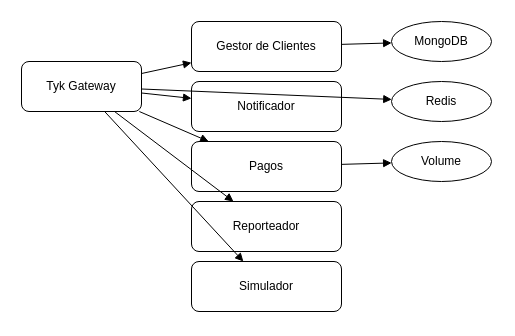
This is page "Vista de Módulos" (2 of 3) of docs/global-surance.drawio from AngelJanvier01/docker-microservicios, a draw.io file, before an edit. Source tidied: cells renumbered, new cells numbered last; positions are measured from the earlier drawing's top-left corner, leaving out a move shared by most shapes. Both pictures are drawn from the tidied source at 100%, with x=0, y=0 at pixel (21, 21).
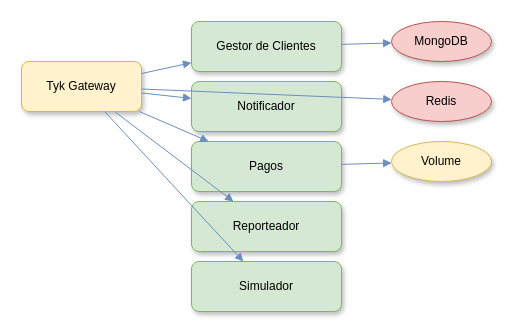
The same diagram, later.

What changed in the source:
```diff
@@
 <mxGraphModel>
   <root>
     <mxCell id="0" />
     <mxCell id="1" parent="0" />
-    <mxCell id="2" value="Tyk Gateway" style="rounded=1;whiteSpace=wrap;html=1;" parent="1" vertex="1">
+    <mxCell id="2" value="Tyk Gateway" style="rounded=1;whiteSpace=wrap;html=1;fillColor=#fff2cc;strokeColor=#d6b656;shadow=1;fontSize=12;" parent="1" vertex="1">
       <mxGeometry y="40" width="120" height="50" as="geometry" />
     </mxCell>
-    <mxCell id="3" value="Gestor de Clientes" style="rounded=1;whiteSpace=wrap;html=1;" parent="1" vertex="1">
+    <mxCell id="3" value="Gestor de Clientes" style="rounded=1;whiteSpace=wrap;html=1;fillColor=#d5e8d4;strokeColor=#82b366;shadow=1;fontSize=12;" parent="1" vertex="1">
       <mxGeometry x="170" width="150" height="50" as="geometry" />
     </mxCell>
-    <mxCell id="4" value="Notificador" style="rounded=1;whiteSpace=wrap;html=1;" parent="1" vertex="1">
+    <mxCell id="4" value="Notificador" style="rounded=1;whiteSpace=wrap;html=1;fillColor=#d5e8d4;strokeColor=#82b366;shadow=1;fontSize=12;" parent="1" vertex="1">
       <mxGeometry x="170" y="60" width="150" height="50" as="geometry" />
     </mxCell>
-    <mxCell id="5" value="Pagos" style="rounded=1;whiteSpace=wrap;html=1;" parent="1" vertex="1">
+    <mxCell id="5" value="Pagos" style="rounded=1;whiteSpace=wrap;html=1;fillColor=#d5e8d4;strokeColor=#82b366;shadow=1;fontSize=12;" parent="1" vertex="1">
       <mxGeometry x="170" y="120" width="150" height="50" as="geometry" />
     </mxCell>
-    <mxCell id="6" value="Reporteador" style="rounded=1;whiteSpace=wrap;html=1;" parent="1" vertex="1">
+    <mxCell id="6" value="Reporteador" style="rounded=1;whiteSpace=wrap;html=1;fillColor=#d5e8d4;strokeColor=#82b366;shadow=1;fontSize=12;" parent="1" vertex="1">
       <mxGeometry x="170" y="180" width="150" height="50" as="geometry" />
     </mxCell>
-    <mxCell id="7" value="Simulador" style="rounded=1;whiteSpace=wrap;html=1;" parent="1" vertex="1">
+    <mxCell id="7" value="Simulador" style="rounded=1;whiteSpace=wrap;html=1;fillColor=#d5e8d4;strokeColor=#82b366;shadow=1;fontSize=12;" parent="1" vertex="1">
       <mxGeometry x="170" y="240" width="150" height="50" as="geometry" />
     </mxCell>
-    <mxCell id="8" value="MongoDB" style="ellipse;whiteSpace=wrap;html=1;" parent="1" vertex="1">
+    <mxCell id="8" value="MongoDB" style="ellipse;whiteSpace=wrap;html=1;fillColor=#f8cecc;strokeColor=#b85450;shadow=1;fontSize=12;" parent="1" vertex="1">
       <mxGeometry x="370" width="100" height="40" as="geometry" />
     </mxCell>
-    <mxCell id="9" value="Redis" style="ellipse;whiteSpace=wrap;html=1;" parent="1" vertex="1">
+    <mxCell id="9" value="Redis" style="ellipse;whiteSpace=wrap;html=1;fillColor=#f8cecc;strokeColor=#b85450;shadow=1;fontSize=12;" parent="1" vertex="1">
       <mxGeometry x="370" y="60" width="100" height="40" as="geometry" />
     </mxCell>
-    <mxCell id="10" value="Volume" style="ellipse;whiteSpace=wrap;html=1;" parent="1" vertex="1">
+    <mxCell id="10" value="Volume" style="ellipse;whiteSpace=wrap;html=1;fillColor=#fff2cc;strokeColor=#d6b656;shadow=1;fontSize=12;" parent="1" vertex="1">
       <mxGeometry x="370" y="120" width="100" height="40" as="geometry" />
     </mxCell>
-    <mxCell id="11" style="endArrow=block;html=1;" parent="1" edge="1" source="2" target="3">
+    <mxCell id="11" style="endArrow=block;html=1;strokeColor=#6c8ebf;" parent="1" edge="1" source="2" target="3">
       <mxGeometry relative="1" as="geometry" />
     </mxCell>
-    <mxCell id="12" style="endArrow=block;html=1;" parent="1" edge="1" source="2" target="4">
+    <mxCell id="12" style="endArrow=block;html=1;strokeColor=#6c8ebf;" parent="1" edge="1" source="2" target="4">
       <mxGeometry relative="1" as="geometry" />
     </mxCell>
-    <mxCell id="13" style="endArrow=block;html=1;" parent="1" edge="1" source="2" target="5">
+    <mxCell id="13" style="endArrow=block;html=1;strokeColor=#6c8ebf;" parent="1" edge="1" source="2" target="5">
       <mxGeometry relative="1" as="geometry" />
     </mxCell>
-    <mxCell id="14" style="endArrow=block;html=1;" parent="1" edge="1" source="2" target="6">
+    <mxCell id="14" style="endArrow=block;html=1;strokeColor=#6c8ebf;" parent="1" edge="1" source="2" target="6">
       <mxGeometry relative="1" as="geometry" />
     </mxCell>
-    <mxCell id="15" style="endArrow=block;html=1;" parent="1" edge="1" source="2" target="7">
+    <mxCell id="15" style="endArrow=block;html=1;strokeColor=#6c8ebf;" parent="1" edge="1" source="2" target="7">
       <mxGeometry relative="1" as="geometry" />
     </mxCell>
-    <mxCell id="16" style="endArrow=block;html=1;" parent="1" edge="1" source="3" target="8">
+    <mxCell id="16" style="endArrow=block;html=1;strokeColor=#6c8ebf;" parent="1" edge="1" source="3" target="8">
       <mxGeometry relative="1" as="geometry" />
     </mxCell>
-    <mxCell id="17" style="endArrow=block;html=1;" parent="1" edge="1" source="2" target="9">
+    <mxCell id="17" style="endArrow=block;html=1;strokeColor=#6c8ebf;" parent="1" edge="1" source="2" target="9">
       <mxGeometry relative="1" as="geometry" />
     </mxCell>
-    <mxCell id="18" style="endArrow=block;html=1;" parent="1" edge="1" source="5" target="10">
+    <mxCell id="18" style="endArrow=block;html=1;strokeColor=#6c8ebf;" parent="1" edge="1" source="5" target="10">
       <mxGeometry relative="1" as="geometry" />
     </mxCell>
   </root>
 </mxGraphModel>
```
